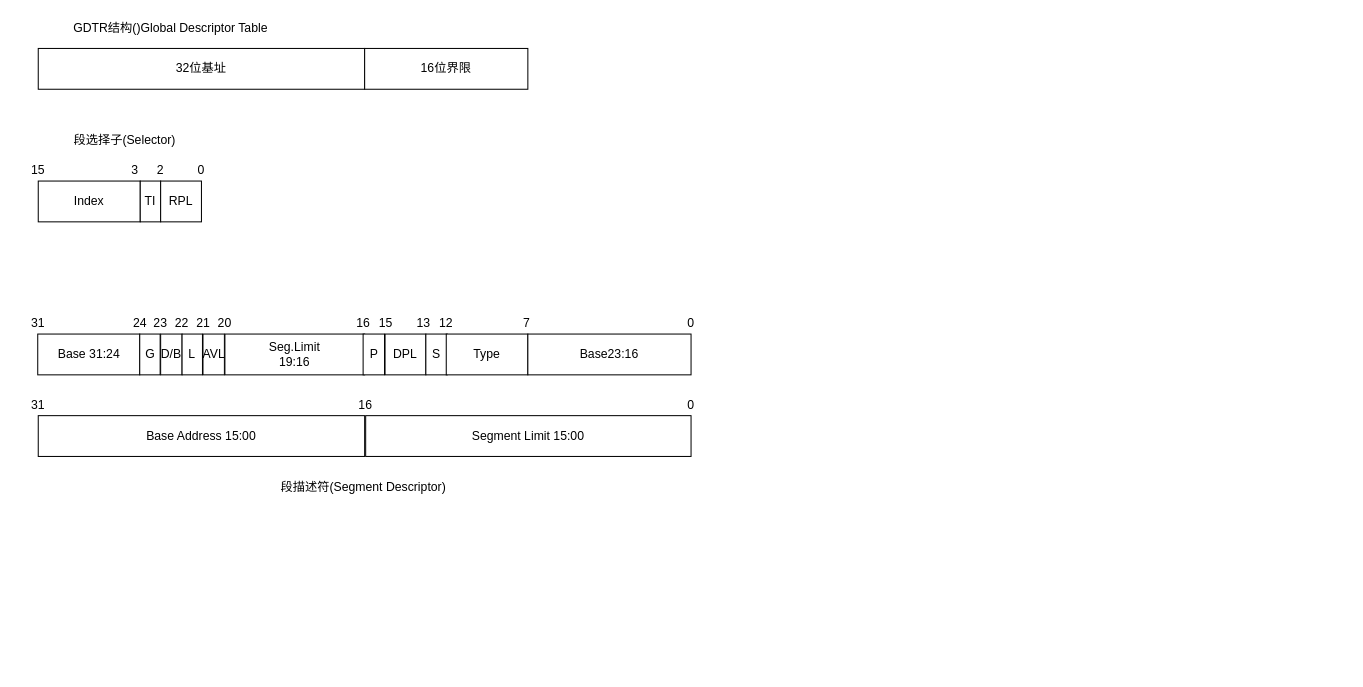
NENCAO/cdn keeps this draw.io diagram as Untitled Diagram.drawio. Above is the earlier version. Source tidied: cells renumbered, new cells numbered last; positions are measured from the earlier drawing's top-left corner, leaving out a move shared by most shapes. Both pictures are drawn from the tidied source at 102%, with x=0, y=0 at pixel (17, 17).
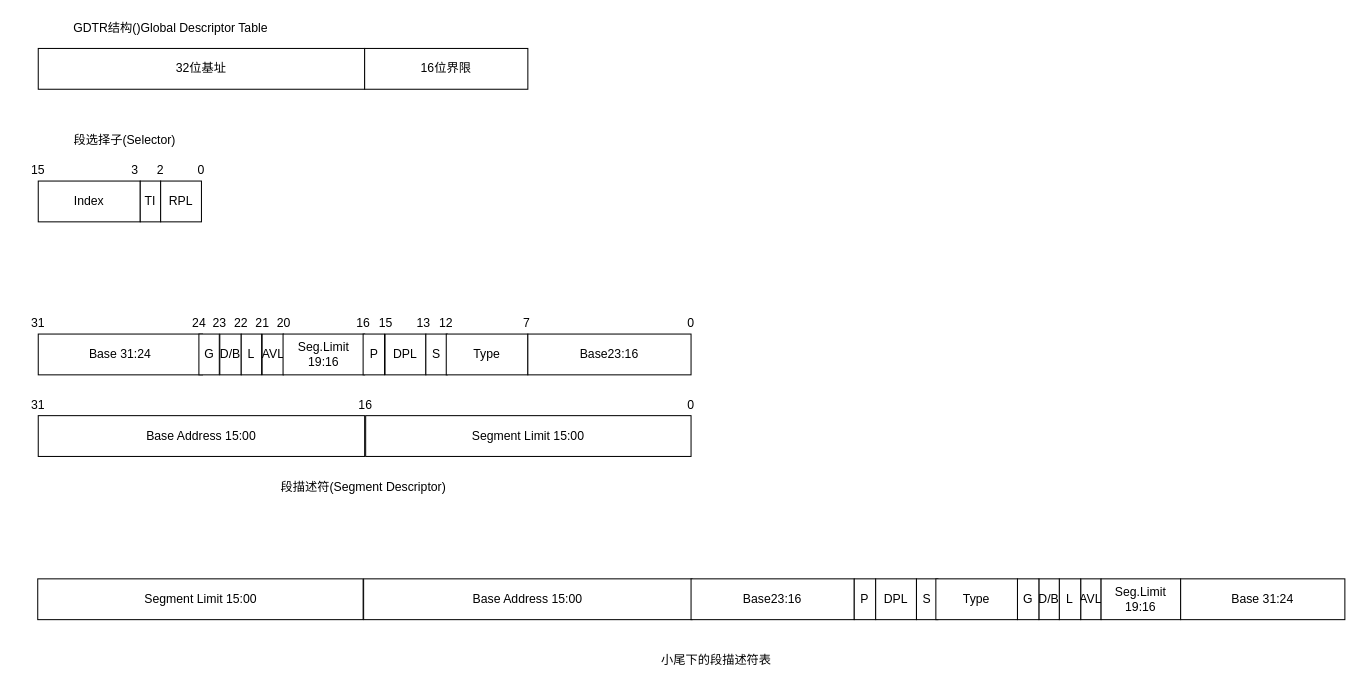
Above is the later version.

Change to the diagram source:
```diff
@@
     <mxCell id="13" value="Base 31:24" style="rounded=0;whiteSpace=wrap;html=1;" parent="1" vertex="1">
-      <mxGeometry x="19.5" y="310" width="100" height="40" as="geometry" />
+      <mxGeometry x="20" y="310" width="161" height="40" as="geometry" />
     </mxCell>
     <mxCell id="14" value="G" style="rounded=0;whiteSpace=wrap;html=1;" parent="1" vertex="1">
-      <mxGeometry x="119.5" y="310" width="20" height="40" as="geometry" />
+      <mxGeometry x="177.5" y="310" width="20" height="40" as="geometry" />
     </mxCell>
     <mxCell id="15" value="D/B" style="rounded=0;whiteSpace=wrap;html=1;" parent="1" vertex="1">
-      <mxGeometry x="140" y="310" width="21" height="40" as="geometry" />
+      <mxGeometry x="198" y="310" width="21" height="40" as="geometry" />
     </mxCell>
@@
     <mxCell id="17" value="24&lt;br&gt;" style="text;html=1;strokeColor=none;fillColor=none;align=center;verticalAlign=middle;whiteSpace=wrap;rounded=0;" parent="1" vertex="1">
-      <mxGeometry x="100" y="290" width="40" height="20" as="geometry" />
+      <mxGeometry x="158" y="290" width="40" height="20" as="geometry" />
     </mxCell>
     <mxCell id="18" value="23&lt;br&gt;" style="text;html=1;strokeColor=none;fillColor=none;align=center;verticalAlign=middle;whiteSpace=wrap;rounded=0;" parent="1" vertex="1">
-      <mxGeometry x="120" y="290" width="40" height="20" as="geometry" />
+      <mxGeometry x="178" y="290" width="40" height="20" as="geometry" />
     </mxCell>
     <mxCell id="19" value="22&lt;br&gt;" style="text;html=1;strokeColor=none;fillColor=none;align=center;verticalAlign=middle;whiteSpace=wrap;rounded=0;" parent="1" vertex="1">
-      <mxGeometry x="141" y="290" width="40" height="20" as="geometry" />
+      <mxGeometry x="199" y="290" width="40" height="20" as="geometry" />
     </mxCell>
     <mxCell id="20" value="L" style="rounded=0;whiteSpace=wrap;html=1;" parent="1" vertex="1">
-      <mxGeometry x="161" y="310" width="20" height="40" as="geometry" />
+      <mxGeometry x="219" y="310" width="20" height="40" as="geometry" />
     </mxCell>
     <mxCell id="21" value="AVL" style="rounded=0;whiteSpace=wrap;html=1;" parent="1" vertex="1">
-      <mxGeometry x="181.5" y="310" width="21" height="40" as="geometry" />
+      <mxGeometry x="239.5" y="310" width="21" height="40" as="geometry" />
     </mxCell>
     <mxCell id="22" value="21&lt;br&gt;" style="text;html=1;strokeColor=none;fillColor=none;align=center;verticalAlign=middle;whiteSpace=wrap;rounded=0;" parent="1" vertex="1">
-      <mxGeometry x="161.5" y="290" width="40" height="20" as="geometry" />
+      <mxGeometry x="219.5" y="290" width="40" height="20" as="geometry" />
     </mxCell>
     <mxCell id="23" value="20&lt;br&gt;" style="text;html=1;strokeColor=none;fillColor=none;align=center;verticalAlign=middle;whiteSpace=wrap;rounded=0;" parent="1" vertex="1">
-      <mxGeometry x="182.5" y="290" width="40" height="20" as="geometry" />
+      <mxGeometry x="240.5" y="290" width="40" height="20" as="geometry" />
     </mxCell>
     <mxCell id="24" value="Seg.Limit&lt;br&gt;19:16&lt;br&gt;" style="rounded=0;whiteSpace=wrap;html=1;" parent="1" vertex="1">
-      <mxGeometry x="203" y="310" width="137" height="40" as="geometry" />
+      <mxGeometry x="260" y="310" width="80" height="40" as="geometry" />
     </mxCell>
@@
+    <mxCell id="42" value="Segment Limit 15:00" style="rounded=0;whiteSpace=wrap;html=1;" parent="1" vertex="1">
+      <mxGeometry x="19.5" y="550" width="319" height="40" as="geometry" />
+    </mxCell>
+    <mxCell id="43" value="Base Address 15:00&lt;br&gt;" style="rounded=0;whiteSpace=wrap;html=1;" parent="1" vertex="1">
+      <mxGeometry x="339" y="550" width="322" height="40" as="geometry" />
+    </mxCell>
+    <mxCell id="44" value="AVL&lt;br&gt;" style="rounded=0;whiteSpace=wrap;html=1;" parent="1" vertex="1">
+      <mxGeometry x="1042" y="550" width="20" height="40" as="geometry" />
+    </mxCell>
+    <mxCell id="45" value="L" style="rounded=0;whiteSpace=wrap;html=1;" parent="1" vertex="1">
+      <mxGeometry x="1021" y="550" width="21" height="40" as="geometry" />
+    </mxCell>
+    <mxCell id="46" value="D/B" style="rounded=0;whiteSpace=wrap;html=1;" parent="1" vertex="1">
+      <mxGeometry x="1001" y="550" width="20" height="40" as="geometry" />
+    </mxCell>
+    <mxCell id="47" value="G" style="rounded=0;whiteSpace=wrap;html=1;" parent="1" vertex="1">
+      <mxGeometry x="980" y="550" width="21" height="40" as="geometry" />
+    </mxCell>
+    <mxCell id="48" value="Seg.Limit&lt;br&gt;19:16&lt;br&gt;" style="rounded=0;whiteSpace=wrap;html=1;" parent="1" vertex="1">
+      <mxGeometry x="1062" y="550" width="78" height="40" as="geometry" />
+    </mxCell>
+    <mxCell id="49" value="Base 31:24" style="rounded=0;whiteSpace=wrap;html=1;" parent="1" vertex="1">
+      <mxGeometry x="1140" y="550" width="161" height="40" as="geometry" />
+    </mxCell>
+    <mxCell id="50" value="Base23:16" style="rounded=0;whiteSpace=wrap;html=1;" parent="1" vertex="1">
+      <mxGeometry x="660" y="550" width="160" height="40" as="geometry" />
+    </mxCell>
+    <mxCell id="51" value="P" style="rounded=0;whiteSpace=wrap;html=1;" parent="1" vertex="1">
+      <mxGeometry x="820" y="550" width="21" height="40" as="geometry" />
+    </mxCell>
+    <mxCell id="52" value="DPL" style="rounded=0;whiteSpace=wrap;html=1;" parent="1" vertex="1">
+      <mxGeometry x="841" y="550" width="40" height="40" as="geometry" />
+    </mxCell>
+    <mxCell id="53" value="S" style="rounded=0;whiteSpace=wrap;html=1;" parent="1" vertex="1">
+      <mxGeometry x="881" y="550" width="21" height="40" as="geometry" />
+    </mxCell>
+    <mxCell id="54" value="Type" style="rounded=0;whiteSpace=wrap;html=1;" parent="1" vertex="1">
+      <mxGeometry x="900" y="550" width="80" height="40" as="geometry" />
+    </mxCell>
+    <mxCell id="55" value="小尾下的段描述符表&lt;br&gt;" style="text;html=1;strokeColor=none;fillColor=none;align=center;verticalAlign=middle;whiteSpace=wrap;rounded=0;" parent="1" vertex="1">
+      <mxGeometry x="570" y="620" width="230" height="20" as="geometry" />
+    </mxCell>
```
